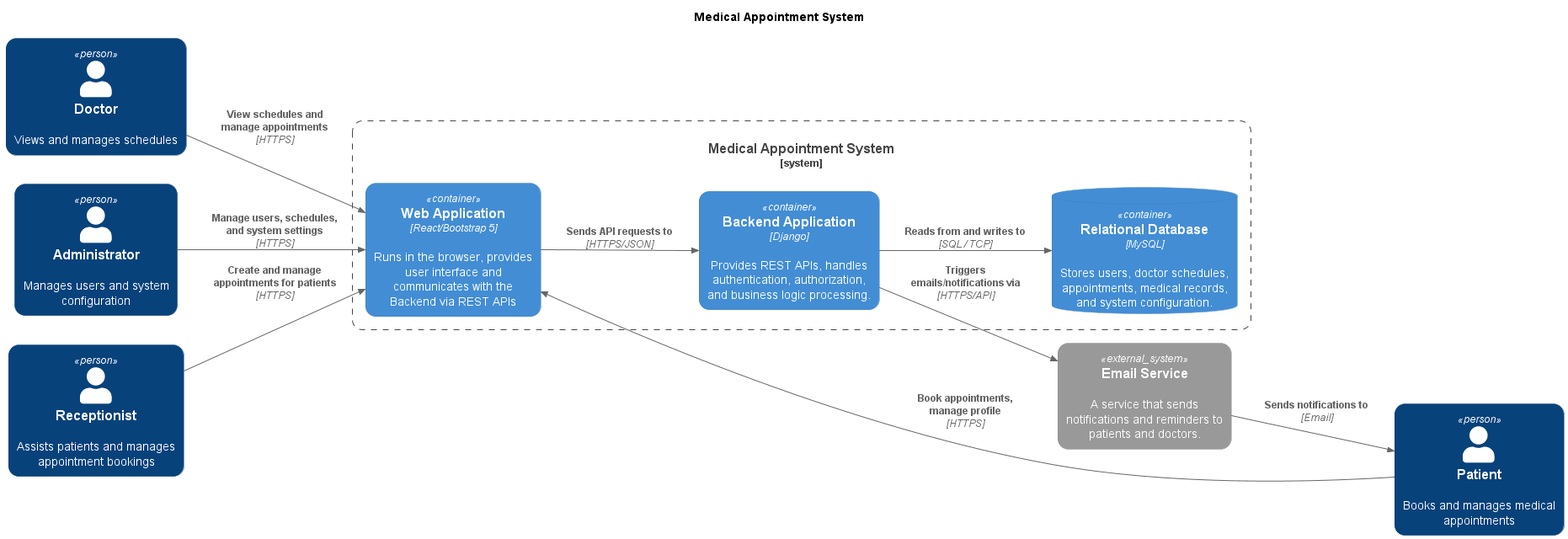
Before: docs/architecture/out/C4-container.png, a diagram exported from PlantUML (ngbio/Medical-Appointment). Source of this version:
```plantuml
@startuml Medical Container
title Medical Appointment System
!ROUNDED_STYLE=1
!include https://raw.githubusercontent.com/plantuml-stdlib/C4-PlantUML/master/C4_Container.puml
LAYOUT_LEFT_RIGHT()


Person(patient, "Patient", "Books and manages medical appointments")
Person(doctor, "Doctor", "Views and manages schedules")
Person(admin, "Administrator", "Manages users and system configuration")
Person(receptionist, "Receptionist", "Assists patients and manages appointment bookings")

System_Boundary(system, "Medical Appointment System") {
    Container(web, "Web Application","React/Bootstrap 5","Runs in the browser, provides user interface and communicates with the Backend via REST APIs")
    Container(backend_app, "Backend Application", "Django", "Provides REST APIs, handles authentication, authorization, and business logic processing.")
    ContainerDb(database, "Relational Database", "MySQL", "Stores users, doctor schedules, appointments, medical records, and system configuration.")
}

System_Ext(email_service, "Email Service", "A service that sends notifications and reminders to patients and doctors.")

Rel(patient, web, "Book appointments, manage profile", "HTTPS")
Rel(doctor, web, "View schedules and manage appointments", "HTTPS")
Rel(admin, web, "Manage users, schedules, and system settings", "HTTPS")
Rel(receptionist, web, "Create and manage appointments for patients", "HTTPS")

Rel(web, backend_app, "Sends API requests to", "HTTPS/JSON")
Rel(backend_app, database, "Reads from and writes to", "SQL / TCP")
Rel(backend_app, email_service, "Triggers emails/notifications via", "HTTPS/API")
Rel(email_service, patient, "Sends notifications to", "Email")

@enduml
```
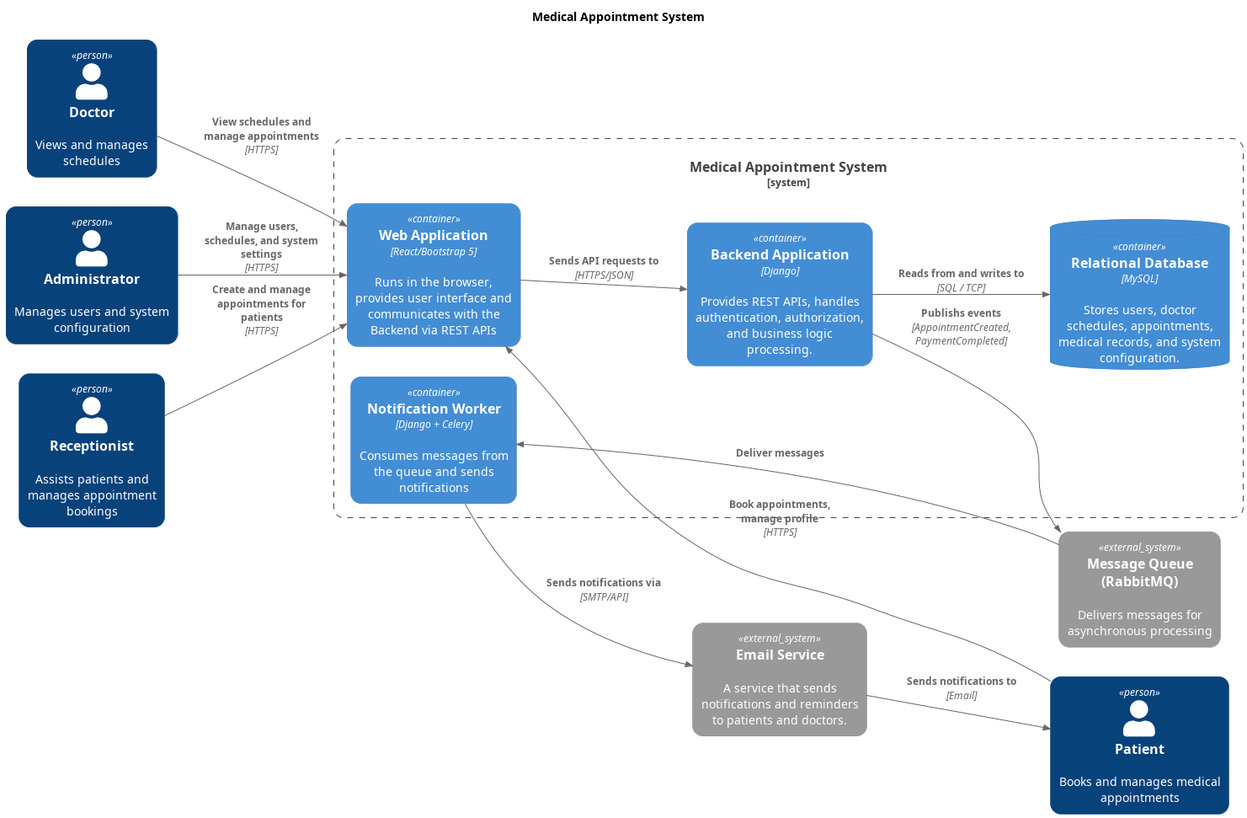
After the change.

Commit message:
docs: fix c4 container diagram

What changed in the source:
```diff
@@ -13,11 +13,12 @@
 System_Boundary(system, "Medical Appointment System") {
     Container(web, "Web Application","React/Bootstrap 5","Runs in the browser, provides user interface and communicates with the Backend via REST APIs")
     Container(backend_app, "Backend Application", "Django", "Provides REST APIs, handles authentication, authorization, and business logic processing.")
+    Container(worker, "Notification Worker", "Django + Celery", "Consumes messages from the queue and sends notifications")
     ContainerDb(database, "Relational Database", "MySQL", "Stores users, doctor schedules, appointments, medical records, and system configuration.")
 }
 
 System_Ext(email_service, "Email Service", "A service that sends notifications and reminders to patients and doctors.")
-
+System_Ext(queue, "Message Queue (RabbitMQ)", "Delivers messages for asynchronous processing")
 Rel(patient, web, "Book appointments, manage profile", "HTTPS")
 Rel(doctor, web, "View schedules and manage appointments", "HTTPS")
 Rel(admin, web, "Manage users, schedules, and system settings", "HTTPS")
@@ -25,7 +26,9 @@
 
 Rel(web, backend_app, "Sends API requests to", "HTTPS/JSON")
 Rel(backend_app, database, "Reads from and writes to", "SQL / TCP")
-Rel(backend_app, email_service, "Triggers emails/notifications via", "HTTPS/API")
+Rel(backend_app, queue, "Publishs events", "AppointmentCreated, PaymentCompleted")
+Rel(queue, worker, "Deliver messages")
+Rel(worker, email_service, "Sends notifications via", "SMTP/API")
 Rel(email_service, patient, "Sends notifications to", "Email")
 
 @enduml
```
